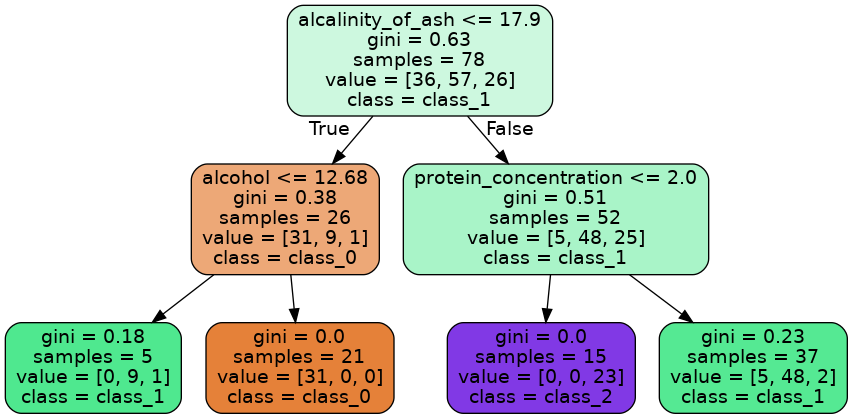
This is images/tree.png from hberginc/practice-teach-Random-Forest, a Graphviz export, as it was before one commit. Its source is kept beside it as images/tree.dot.
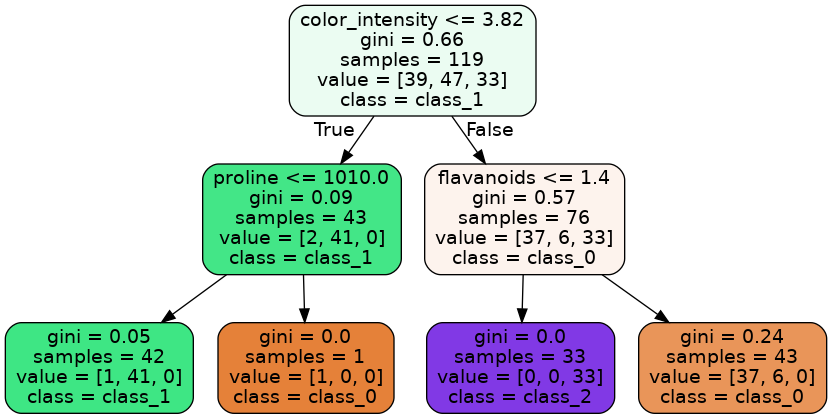
The same diagram one commit later.

Change to the diagram source:
```diff
@@ -1,17 +1,17 @@
 digraph Tree {
 node [shape=box, style="filled, rounded", color="black", fontname=helvetica] ;
 edge [fontname=helvetica] ;
-0 [label="alcalinity_of_ash <= 17.9\ngini = 0.63\nsamples = 78\nvalue = [36, 57, 26]\nclass = class_1", fillcolor="#cdf8df"] ;
-1 [label="alcohol <= 12.68\ngini = 0.38\nsamples = 26\nvalue = [31, 9, 1]\nclass = class_0", fillcolor="#eda877"] ;
+0 [label="color_intensity <= 3.82\ngini = 0.66\nsamples = 119\nvalue = [39, 47, 33]\nclass = class_1", fillcolor="#ebfcf2"] ;
+1 [label="proline <= 1010.0\ngini = 0.09\nsamples = 43\nvalue = [2, 41, 0]\nclass = class_1", fillcolor="#43e687"] ;
 0 -> 1 [labeldistance=2.5, labelangle=45, headlabel="True"] ;
-2 [label="gini = 0.18\nsamples = 5\nvalue = [0, 9, 1]\nclass = class_1", fillcolor="#4fe88f"] ;
+2 [label="gini = 0.05\nsamples = 42\nvalue = [1, 41, 0]\nclass = class_1", fillcolor="#3ee684"] ;
 1 -> 2 ;
-3 [label="gini = 0.0\nsamples = 21\nvalue = [31, 0, 0]\nclass = class_0", fillcolor="#e58139"] ;
+3 [label="gini = 0.0\nsamples = 1\nvalue = [1, 0, 0]\nclass = class_0", fillcolor="#e58139"] ;
 1 -> 3 ;
-4 [label="protein_concentration <= 2.0\ngini = 0.51\nsamples = 52\nvalue = [5, 48, 25]\nclass = class_1", fillcolor="#a9f4c8"] ;
+4 [label="flavanoids <= 1.4\ngini = 0.57\nsamples = 76\nvalue = [37, 6, 33]\nclass = class_0", fillcolor="#fdf3ed"] ;
 0 -> 4 [labeldistance=2.5, labelangle=-45, headlabel="False"] ;
-5 [label="gini = 0.0\nsamples = 15\nvalue = [0, 0, 23]\nclass = class_2", fillcolor="#8139e5"] ;
+5 [label="gini = 0.0\nsamples = 33\nvalue = [0, 0, 33]\nclass = class_2", fillcolor="#8139e5"] ;
 4 -> 5 ;
-6 [label="gini = 0.23\nsamples = 37\nvalue = [5, 48, 2]\nclass = class_1", fillcolor="#55e993"] ;
+6 [label="gini = 0.24\nsamples = 43\nvalue = [37, 6, 0]\nclass = class_0", fillcolor="#e99559"] ;
 4 -> 6 ;
 }
```
